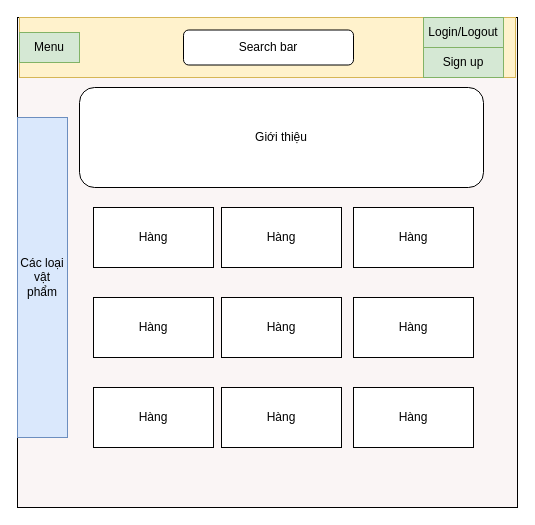
Before: Web management.drawio in HARKINGS/UML, a draw.io diagram. Source tidied: cells renumbered, new cells numbered last; positions are measured from the earlier drawing's top-left corner, leaving out a move shared by most shapes. Both pictures are drawn from the tidied source at 100%, with x=0, y=0 at pixel (17, 17).
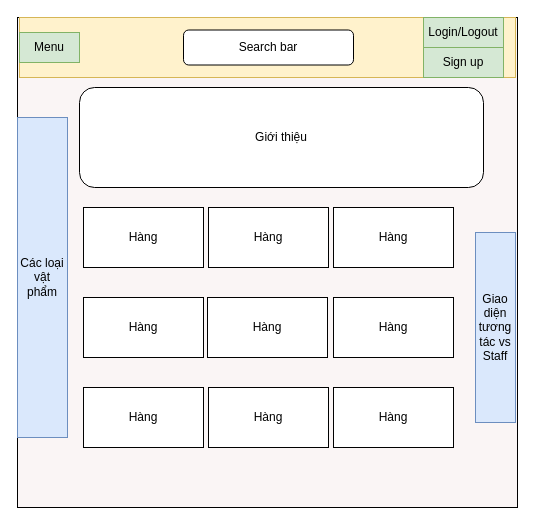
The same diagram, later.

Commit message (it also covers changes not shown here):
Cập nhật Web management.drawio

What changed in the source:
```diff
@@
 <mxGraphModel>
   <root>
     <mxCell id="0" />
     <mxCell id="1" parent="0" />
     <mxCell id="2" style="rounded=0;whiteSpace=wrap;html=1;fillColor=light-dark(#faf5f5, #ededed);" parent="1" vertex="1">
       <mxGeometry width="500" height="490" as="geometry" />
     </mxCell>
     <mxCell id="3" value="Các loại vật phẩm" style="rounded=0;whiteSpace=wrap;html=1;fillColor=#dae8fc;strokeColor=#6c8ebf;" parent="1" vertex="1">
       <mxGeometry y="100" width="50" height="320" as="geometry" />
     </mxCell>
     <mxCell id="4" value="(fixed)" style="rounded=0;whiteSpace=wrap;html=1;fillColor=#fff2cc;strokeColor=#d6b656;" parent="1" vertex="1">
       <mxGeometry x="2" width="496" height="60" as="geometry" />
     </mxCell>
     <mxCell id="5" value="Menu" style="text;html=1;align=center;verticalAlign=middle;whiteSpace=wrap;rounded=0;fillColor=#d5e8d4;strokeColor=#82b366;" parent="1" vertex="1">
       <mxGeometry x="2" y="15" width="60" height="30" as="geometry" />
     </mxCell>
     <mxCell id="6" value="Search bar" style="rounded=1;whiteSpace=wrap;html=1;" parent="1" vertex="1">
       <mxGeometry x="166" y="12.5" width="170" height="35" as="geometry" />
     </mxCell>
     <mxCell id="7" value="Login/Logout" style="text;html=1;align=center;verticalAlign=middle;whiteSpace=wrap;rounded=0;fillColor=#d5e8d4;strokeColor=#82b366;" parent="1" vertex="1">
       <mxGeometry x="406" width="80" height="30" as="geometry" />
     </mxCell>
     <mxCell id="8" value="Sign up" style="text;html=1;align=center;verticalAlign=middle;whiteSpace=wrap;rounded=0;fillColor=#d5e8d4;strokeColor=#82b366;" parent="1" vertex="1">
       <mxGeometry x="406" y="30" width="80" height="30" as="geometry" />
     </mxCell>
     <mxCell id="9" value="Giới thiệu" style="rounded=1;whiteSpace=wrap;html=1;" parent="1" vertex="1">
       <mxGeometry x="62" y="70" width="404" height="100" as="geometry" />
     </mxCell>
     <mxCell id="10" value="Hàng" style="rounded=0;whiteSpace=wrap;html=1;" parent="1" vertex="1">
-      <mxGeometry x="76" y="190" width="120" height="60" as="geometry" />
+      <mxGeometry x="66" y="190" width="120" height="60" as="geometry" />
     </mxCell>
     <mxCell id="11" value="Hàng" style="rounded=0;whiteSpace=wrap;html=1;" parent="1" vertex="1">
-      <mxGeometry x="204" y="190" width="120" height="60" as="geometry" />
+      <mxGeometry x="191" y="190" width="120" height="60" as="geometry" />
     </mxCell>
     <mxCell id="12" value="Hàng" style="rounded=0;whiteSpace=wrap;html=1;" parent="1" vertex="1">
-      <mxGeometry x="336" y="280" width="120" height="60" as="geometry" />
+      <mxGeometry x="316" y="280" width="120" height="60" as="geometry" />
     </mxCell>
     <mxCell id="13" value="Hàng" style="rounded=0;whiteSpace=wrap;html=1;" parent="1" vertex="1">
-      <mxGeometry x="204" y="280" width="120" height="60" as="geometry" />
+      <mxGeometry x="190" y="280" width="120" height="60" as="geometry" />
     </mxCell>
     <mxCell id="14" value="Hàng" style="rounded=0;whiteSpace=wrap;html=1;" parent="1" vertex="1">
-      <mxGeometry x="336" y="190" width="120" height="60" as="geometry" />
+      <mxGeometry x="316" y="190" width="120" height="60" as="geometry" />
     </mxCell>
     <mxCell id="15" value="Hàng" style="rounded=0;whiteSpace=wrap;html=1;" parent="1" vertex="1">
-      <mxGeometry x="76" y="280" width="120" height="60" as="geometry" />
+      <mxGeometry x="66" y="280" width="120" height="60" as="geometry" />
     </mxCell>
     <mxCell id="16" value="Hàng" style="rounded=0;whiteSpace=wrap;html=1;" parent="1" vertex="1">
-      <mxGeometry x="76" y="370" width="120" height="60" as="geometry" />
+      <mxGeometry x="66" y="370" width="120" height="60" as="geometry" />
     </mxCell>
     <mxCell id="17" value="Hàng" style="rounded=0;whiteSpace=wrap;html=1;" parent="1" vertex="1">
-      <mxGeometry x="336" y="370" width="120" height="60" as="geometry" />
+      <mxGeometry x="316" y="370" width="120" height="60" as="geometry" />
     </mxCell>
     <mxCell id="18" value="Hàng" style="rounded=0;whiteSpace=wrap;html=1;" parent="1" vertex="1">
-      <mxGeometry x="204" y="370" width="120" height="60" as="geometry" />
+      <mxGeometry x="191" y="370" width="120" height="60" as="geometry" />
     </mxCell>
+    <mxCell id="19" value="Giao diện tương tác vs Staff" style="rounded=0;whiteSpace=wrap;html=1;fillColor=#dae8fc;strokeColor=#6c8ebf;" parent="1" vertex="1">
+      <mxGeometry x="458" y="215" width="40" height="190" as="geometry" />
+    </mxCell>
   </root>
 </mxGraphModel>
```
